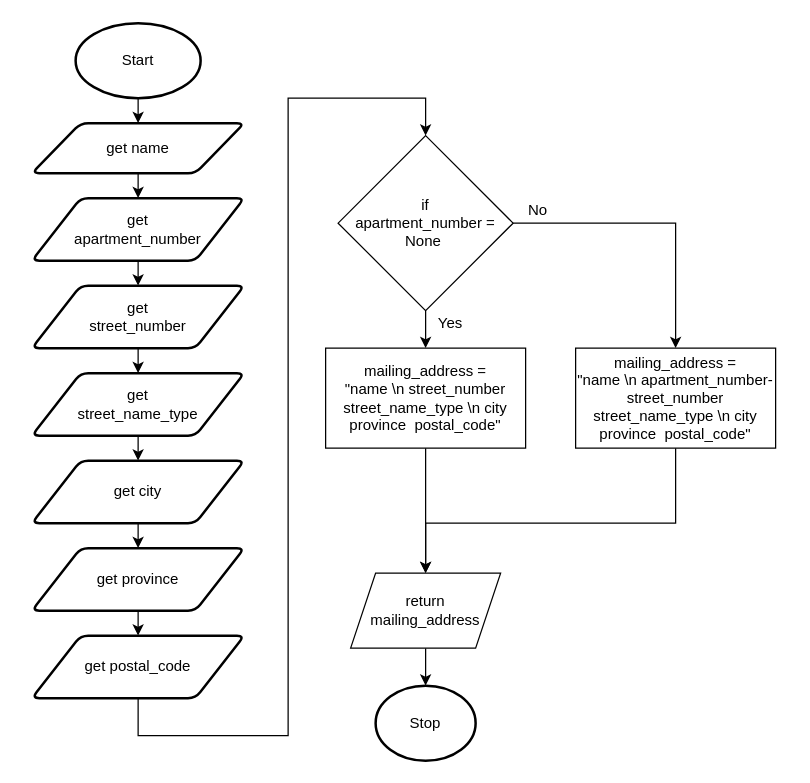
Before: drawio/flowchart.drawio in Aidan-Lalonde-Novales/ICS3U-Unit5-05-Python, a draw.io diagram. Source tidied: cells renumbered, new cells numbered last; positions are measured from the earlier drawing's top-left corner, leaving out a move shared by most shapes. Both pictures are drawn from the tidied source at 125%, with x=0, y=0 at pixel (31, 22).
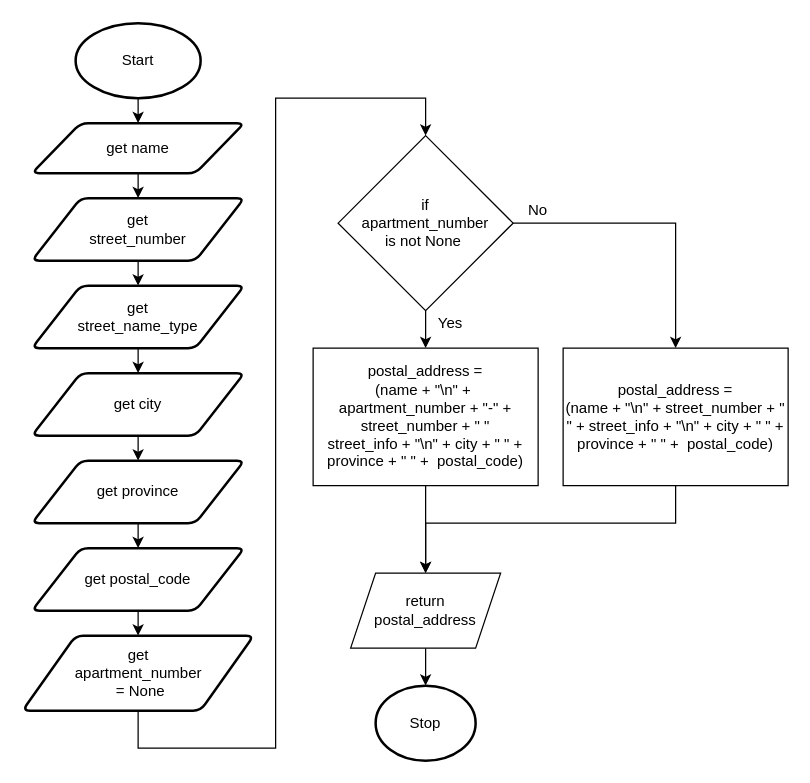
The same page after the edit.

Unchanged cells that the change refers to:
```xml
<mxCell id="5" value="get name" style="shape=parallelogram;html=1;strokeWidth=2;perimeter=parallelogramPerimeter;whiteSpace=wrap;rounded=1;arcSize=12;size=0.23;" parent="1" vertex="1">
  <mxGeometry y="80" width="170" height="40" as="geometry" />
</mxCell>
```

Change to the diagram source:
```diff
@@
-    <mxCell id="4" style="edgeStyle=none;html=1;exitX=0.5;exitY=1;exitDx=0;exitDy=0;entryX=0.5;entryY=0;entryDx=0;entryDy=0;" parent="1" edge="1" source="5" target="11">
-      <mxGeometry relative="1" as="geometry" />
-    </mxCell>
+    <mxCell id="30" style="edgeStyle=none;html=1;exitX=0.5;exitY=1;exitDx=0;exitDy=0;entryX=0.5;entryY=0;entryDx=0;entryDy=0;" parent="1" edge="1" source="5" target="13">
+      <mxGeometry relative="1" as="geometry" />
+    </mxCell>
@@
-    <mxCell id="9" value="if &lt;br&gt;apartment_number = None&amp;nbsp;" style="rhombus;whiteSpace=wrap;html=1;" parent="1" vertex="1">
+    <mxCell id="9" value="if &lt;br&gt;apartment_number &lt;br&gt;is not None&amp;nbsp;" style="rhombus;whiteSpace=wrap;html=1;" parent="1" vertex="1">
       <mxGeometry x="245" y="90" width="140" height="140" as="geometry" />
     </mxCell>
-    <mxCell id="10" style="edgeStyle=none;html=1;exitX=0.5;exitY=1;exitDx=0;exitDy=0;entryX=0.5;entryY=0;entryDx=0;entryDy=0;" parent="1" edge="1" source="11" target="13">
-      <mxGeometry relative="1" as="geometry" />
-    </mxCell>
+    <mxCell id="31" style="edgeStyle=none;html=1;exitX=0.5;exitY=1;exitDx=0;exitDy=0;entryX=0.5;entryY=0;entryDx=0;entryDy=0;rounded=0;" parent="1" edge="1" source="11" target="9">
+      <mxGeometry relative="1" as="geometry">
+        <Array as="points">
+          <mxPoint x="85" y="580" />
+          <mxPoint x="195" y="580" />
+          <mxPoint x="195" y="60" />
+          <mxPoint x="315" y="60" />
+        </Array>
+      </mxGeometry>
+    </mxCell>
-    <mxCell id="11" value="get &lt;br&gt;apartment_number" style="shape=parallelogram;html=1;strokeWidth=2;perimeter=parallelogramPerimeter;whiteSpace=wrap;rounded=1;arcSize=12;size=0.23;" parent="1" vertex="1">
-      <mxGeometry y="140" width="170" height="50" as="geometry" />
+    <mxCell id="11" value="get&lt;br&gt;apartment_number&lt;br&gt;&amp;nbsp;= None" style="shape=parallelogram;html=1;strokeWidth=2;perimeter=parallelogramPerimeter;whiteSpace=wrap;rounded=1;arcSize=12;size=0.23;" parent="1" vertex="1">
+      <mxGeometry x="-7.5" y="490" width="185" height="60" as="geometry" />
     </mxCell>
@@
     <mxCell id="13" value="get &lt;br&gt;street_number" style="shape=parallelogram;html=1;strokeWidth=2;perimeter=parallelogramPerimeter;whiteSpace=wrap;rounded=1;arcSize=12;size=0.23;" parent="1" vertex="1">
-      <mxGeometry y="210" width="170" height="50" as="geometry" />
+      <mxGeometry y="140" width="170" height="50" as="geometry" />
     </mxCell>
@@
     <mxCell id="15" value="get &lt;br&gt;street_name_type" style="shape=parallelogram;html=1;strokeWidth=2;perimeter=parallelogramPerimeter;whiteSpace=wrap;rounded=1;arcSize=12;size=0.23;" parent="1" vertex="1">
-      <mxGeometry y="280" width="170" height="50" as="geometry" />
+      <mxGeometry y="210" width="170" height="50" as="geometry" />
     </mxCell>
@@
     <mxCell id="17" value="get city" style="shape=parallelogram;html=1;strokeWidth=2;perimeter=parallelogramPerimeter;whiteSpace=wrap;rounded=1;arcSize=12;size=0.23;" parent="1" vertex="1">
-      <mxGeometry y="350" width="170" height="50" as="geometry" />
+      <mxGeometry y="280" width="170" height="50" as="geometry" />
     </mxCell>
@@
     <mxCell id="19" value="get province" style="shape=parallelogram;html=1;strokeWidth=2;perimeter=parallelogramPerimeter;whiteSpace=wrap;rounded=1;arcSize=12;size=0.23;" parent="1" vertex="1">
-      <mxGeometry y="420" width="170" height="50" as="geometry" />
+      <mxGeometry y="350" width="170" height="50" as="geometry" />
     </mxCell>
-    <mxCell id="20" style="edgeStyle=none;html=1;exitX=0.5;exitY=1;exitDx=0;exitDy=0;entryX=0.5;entryY=0;entryDx=0;entryDy=0;rounded=0;" parent="1" edge="1" source="21" target="9">
-      <mxGeometry relative="1" as="geometry">
-        <Array as="points">
-          <mxPoint x="85" y="570" />
-          <mxPoint x="205" y="570" />
-          <mxPoint x="205" y="60" />
-          <mxPoint x="275" y="60" />
-          <mxPoint x="315" y="60" />
-        </Array>
-      </mxGeometry>
-    </mxCell>
+    <mxCell id="32" style="edgeStyle=none;html=1;exitX=0.5;exitY=1;exitDx=0;exitDy=0;entryX=0.5;entryY=0;entryDx=0;entryDy=0;" parent="1" edge="1" source="21" target="11">
+      <mxGeometry relative="1" as="geometry" />
+    </mxCell>
     <mxCell id="21" value="get postal_code" style="shape=parallelogram;html=1;strokeWidth=2;perimeter=parallelogramPerimeter;whiteSpace=wrap;rounded=1;arcSize=12;size=0.23;" parent="1" vertex="1">
-      <mxGeometry y="490" width="170" height="50" as="geometry" />
+      <mxGeometry y="420" width="170" height="50" as="geometry" />
     </mxCell>
@@
-    <mxCell id="25" value="&lt;span&gt;mailing_address =&lt;/span&gt;&lt;br&gt;&lt;span&gt;&quot;name \n street_number street_name_type \n city province&amp;nbsp; postal_code&quot;&lt;/span&gt;" style="rounded=0;whiteSpace=wrap;html=1;" parent="1" vertex="1">
-      <mxGeometry x="235" y="260" width="160" height="80" as="geometry" />
+    <mxCell id="25" value="&lt;span&gt;postal_address =&lt;/span&gt;&lt;br&gt;&lt;span&gt;(name + &quot;\n&quot; +&amp;nbsp; apartment_number + &quot;-&quot; + street_number + &quot; &quot;&lt;/span&gt;&lt;br&gt;&lt;span&gt;street_info + &quot;\n&quot; +&amp;nbsp;city + &quot; &quot; + province + &quot; &quot; +&amp;nbsp; postal_code)&lt;/span&gt;" style="rounded=0;whiteSpace=wrap;html=1;" parent="1" vertex="1">
+      <mxGeometry x="225" y="260" width="180" height="110" as="geometry" />
     </mxCell>
@@
-    <mxCell id="27" value="mailing_address =&lt;br&gt;&quot;name \n apartment_number- street_number&lt;br&gt;street_name_type \n city province&amp;nbsp; postal_code&quot;" style="rounded=0;whiteSpace=wrap;html=1;" parent="1" vertex="1">
-      <mxGeometry x="435" y="260" width="160" height="80" as="geometry" />
+    <mxCell id="27" value="&lt;span&gt;postal_address =&lt;/span&gt;&lt;br&gt;&lt;span&gt;(name + &quot;\n&quot; + street_number + &quot; &quot; +&amp;nbsp;&lt;/span&gt;&lt;span&gt;street_info + &quot;\n&quot; +&amp;nbsp;city + &quot; &quot; + province + &quot; &quot; +&amp;nbsp; postal_code)&lt;/span&gt;" style="rounded=0;whiteSpace=wrap;html=1;" parent="1" vertex="1">
+      <mxGeometry x="425" y="260" width="180" height="110" as="geometry" />
     </mxCell>
@@
-    <mxCell id="29" value="return mailing_address" style="shape=parallelogram;perimeter=parallelogramPerimeter;whiteSpace=wrap;html=1;fixedSize=1;" parent="1" vertex="1">
+    <mxCell id="29" value="return &lt;br&gt;postal_address" style="shape=parallelogram;perimeter=parallelogramPerimeter;whiteSpace=wrap;html=1;fixedSize=1;" parent="1" vertex="1">
       <mxGeometry x="255" y="440" width="120" height="60" as="geometry" />
     </mxCell>
```
